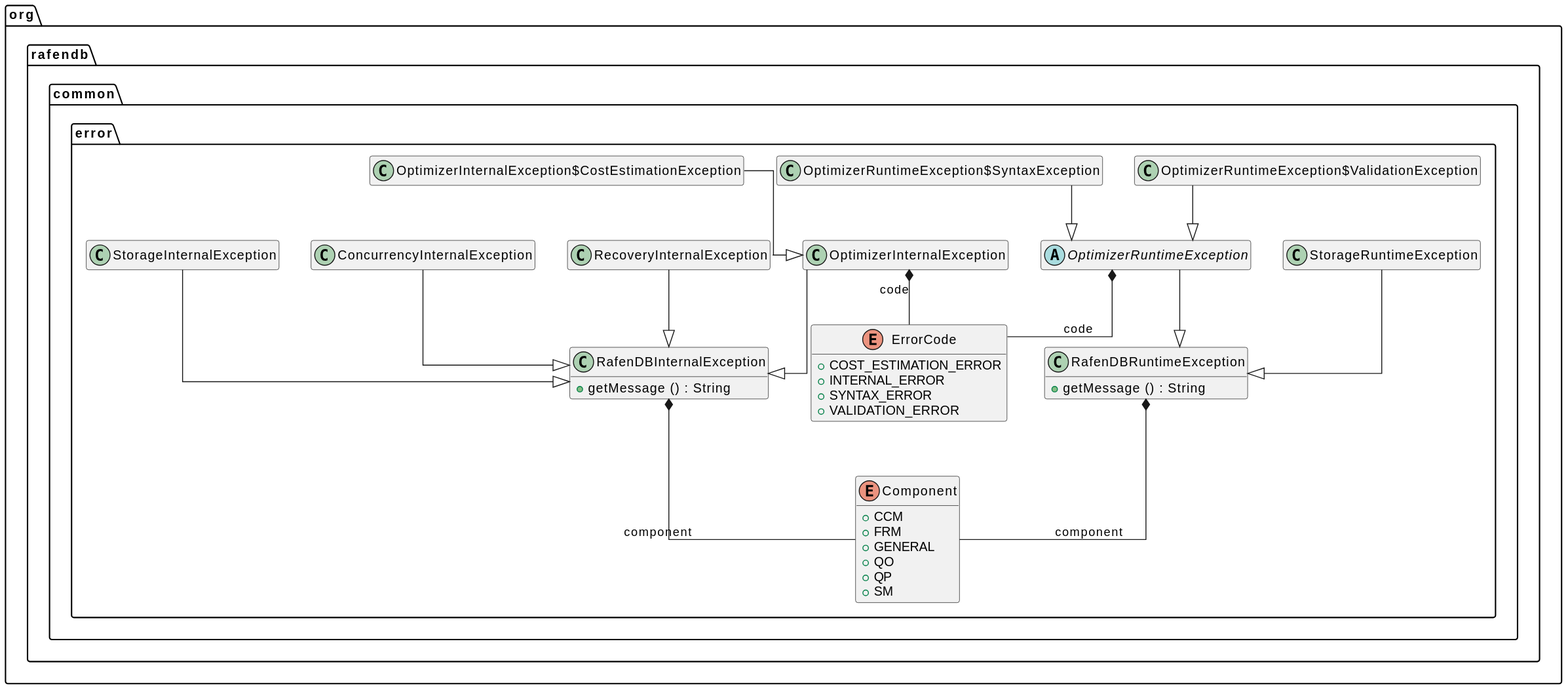
This is docs/generated/common/common-error.svg from m-akma1/rafendb, a PlantUML export, as it was before one commit. Its source is kept beside it as docs/generated/common/common-error.puml. The source it was exported from:
```plantuml
@startuml

set namespaceSeparator .
hide empty members
skinparam linetype ortho


enum org.rafendb.common.error.Component {
	{field} +CCM
	{field} +FRM
	{field} +GENERAL
	{field} +QO
	{field} +QP
	{field} +SM
}


class org.rafendb.common.error.ConcurrencyInternalException {
}


enum org.rafendb.common.error.ErrorCode {
	{field} +COST_ESTIMATION_ERROR
	{field} +INTERNAL_ERROR
	{field} +SYNTAX_ERROR
	{field} +VALIDATION_ERROR
}


class org.rafendb.common.error.OptimizerInternalException {
}


class org.rafendb.common.error.OptimizerInternalException$CostEstimationException {
}


abstract class org.rafendb.common.error.OptimizerRuntimeException {
}


class org.rafendb.common.error.OptimizerRuntimeException$SyntaxException {
}


class org.rafendb.common.error.OptimizerRuntimeException$ValidationException {
}


class org.rafendb.common.error.RafenDBInternalException {
	{method} +getMessage () : String
}


class org.rafendb.common.error.RafenDBRuntimeException {
	{method} +getMessage () : String
}


class org.rafendb.common.error.RecoveryInternalException {
}


class org.rafendb.common.error.StorageInternalException {
}


class org.rafendb.common.error.StorageRuntimeException {
}




org.rafendb.common.error.ConcurrencyInternalException --|>  org.rafendb.common.error.RafenDBInternalException
org.rafendb.common.error.OptimizerInternalException *--  org.rafendb.common.error.ErrorCode : code
org.rafendb.common.error.OptimizerInternalException --|>  org.rafendb.common.error.RafenDBInternalException
org.rafendb.common.error.OptimizerInternalException$CostEstimationException --|>  org.rafendb.common.error.OptimizerInternalException
org.rafendb.common.error.OptimizerRuntimeException *--  org.rafendb.common.error.ErrorCode : code
org.rafendb.common.error.OptimizerRuntimeException --|>  org.rafendb.common.error.RafenDBRuntimeException
org.rafendb.common.error.OptimizerRuntimeException$SyntaxException --|>  org.rafendb.common.error.OptimizerRuntimeException
org.rafendb.common.error.OptimizerRuntimeException$ValidationException --|>  org.rafendb.common.error.OptimizerRuntimeException
org.rafendb.common.error.RafenDBInternalException *--  org.rafendb.common.error.Component : component
org.rafendb.common.error.RafenDBRuntimeException *--  org.rafendb.common.error.Component : component
org.rafendb.common.error.RecoveryInternalException --|>  org.rafendb.common.error.RafenDBInternalException
org.rafendb.common.error.StorageInternalException --|>  org.rafendb.common.error.RafenDBInternalException
org.rafendb.common.error.StorageRuntimeException --|>  org.rafendb.common.error.RafenDBRuntimeException


@enduml
```
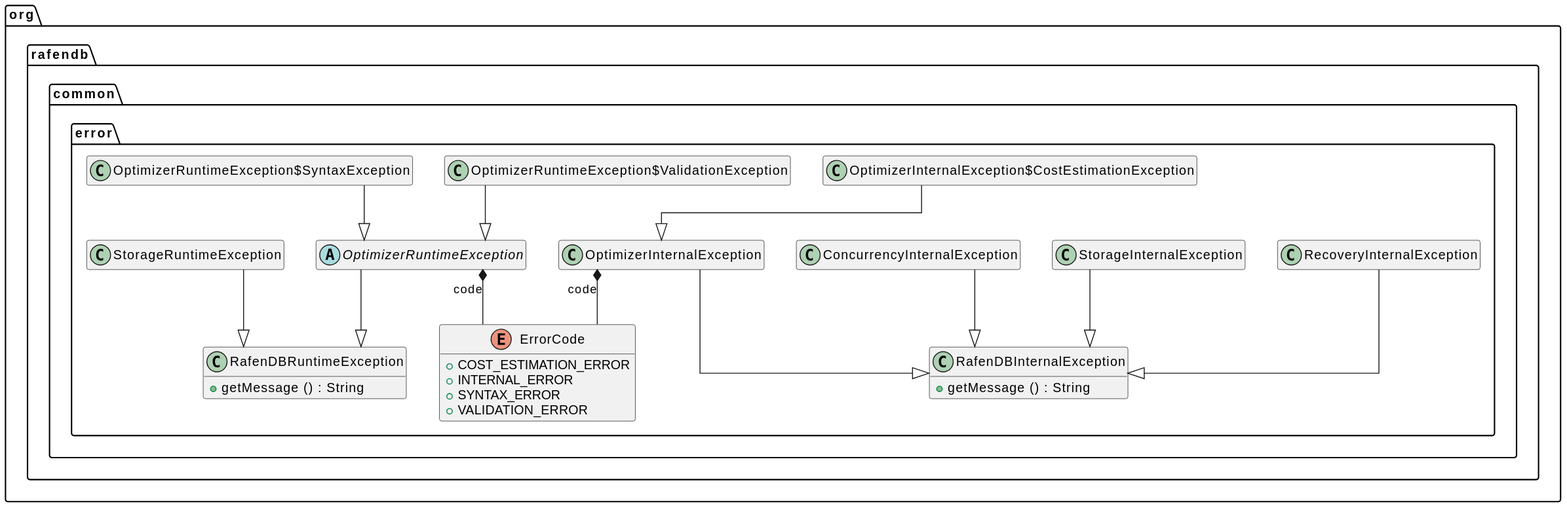
Later version of the same file.

Commit message:
docs(super): update documentation for error and driver

Diff of the diagram source:
```diff
@@ -3,16 +3,6 @@
 set namespaceSeparator .
 hide empty members
 skinparam linetype ortho
-
-
-enum org.rafendb.common.error.Component {
-	{field} +CCM
-	{field} +FRM
-	{field} +GENERAL
-	{field} +QO
-	{field} +QP
-	{field} +SM
-}
 
 
 class org.rafendb.common.error.ConcurrencyInternalException {
@@ -79,8 +69,6 @@
 org.rafendb.common.error.OptimizerRuntimeException --|>  org.rafendb.common.error.RafenDBRuntimeException
 org.rafendb.common.error.OptimizerRuntimeException$SyntaxException --|>  org.rafendb.common.error.OptimizerRuntimeException
 org.rafendb.common.error.OptimizerRuntimeException$ValidationException --|>  org.rafendb.common.error.OptimizerRuntimeException
-org.rafendb.common.error.RafenDBInternalException *--  org.rafendb.common.error.Component : component
-org.rafendb.common.error.RafenDBRuntimeException *--  org.rafendb.common.error.Component : component
 org.rafendb.common.error.RecoveryInternalException --|>  org.rafendb.common.error.RafenDBInternalException
 org.rafendb.common.error.StorageInternalException --|>  org.rafendb.common.error.RafenDBInternalException
 org.rafendb.common.error.StorageRuntimeException --|>  org.rafendb.common.error.RafenDBRuntimeException
```
